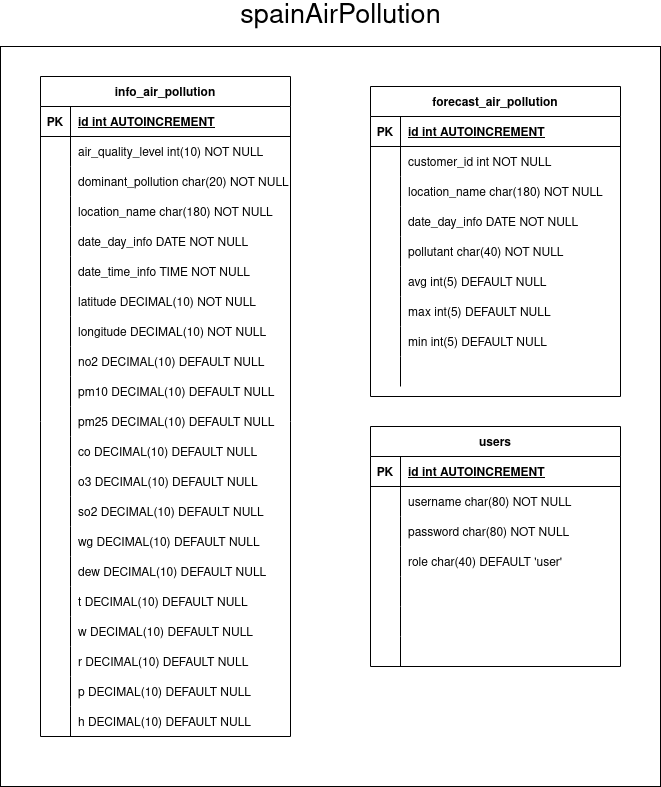
The draw.io diagram doc/Ivan/entity-relation-ship.png in RogerPugaRuiz/DAWBIO-M12-PROJECT, before a commit. Source tidied: cells renumbered, new cells last; positions are measured from the earlier drawing's top-left corner, leaving out a move shared by most shapes.
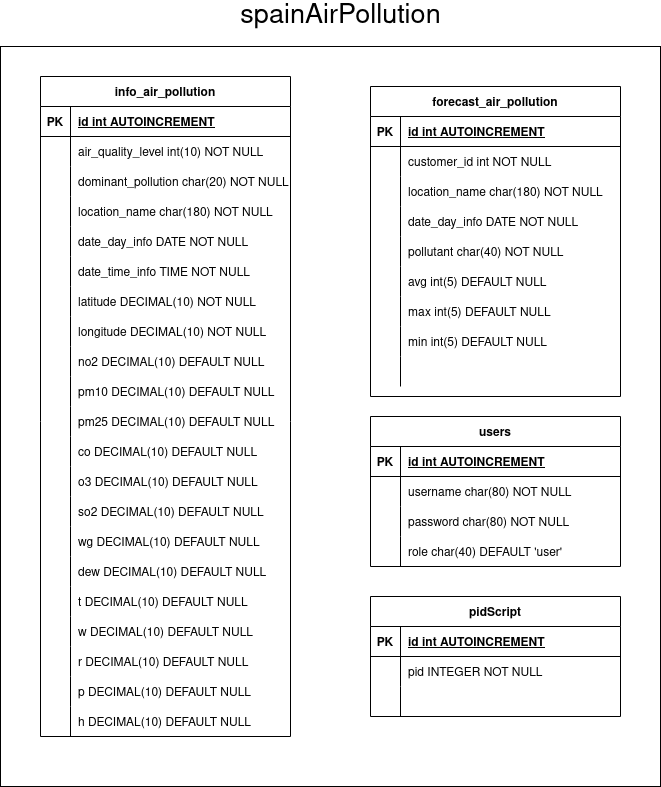
After the change.

What changed in the source:
```diff
@@ -285,7 +285,7 @@
       <mxGeometry x="230" width="220" height="20" as="geometry" />
     </mxCell>
     <mxCell id="96" value="users" style="shape=table;startSize=30;rowLines=0;fontStyle=1;align=center;" parent="1" vertex="1">
-      <mxGeometry x="370" y="420" width="250" height="240" as="geometry" />
+      <mxGeometry x="370" y="410" width="250" height="150" as="geometry" />
     </mxCell>
     <mxCell id="97" style="shape=partialRectangle;fillColor=none;top=0;left=0;right=0;bottom=1;" parent="96" vertex="1">
       <mxGeometry y="30" width="250" height="30" as="geometry" />
@@ -323,32 +323,35 @@
     <mxCell id="108" value="role char(40) DEFAULT 'user'" style="shape=partialRectangle;overflow=hidden;fillColor=none;top=0;left=0;bottom=0;right=0;align=left;spacingLeft=6;" parent="106" vertex="1">
       <mxGeometry x="30" width="220" height="30" as="geometry" />
     </mxCell>
-    <mxCell id="109" style="shape=partialRectangle;fillColor=none;top=0;left=0;right=0;bottom=0;" parent="96" vertex="1">
-      <mxGeometry y="150" width="250" height="30" as="geometry" />
-    </mxCell>
-    <mxCell id="110" style="shape=partialRectangle;overflow=hidden;fillColor=none;top=0;left=0;bottom=0;right=0;" parent="109" vertex="1">
-      <mxGeometry width="30" height="30" as="geometry" />
-    </mxCell>
-    <mxCell id="111" style="shape=partialRectangle;overflow=hidden;fillColor=none;top=0;left=0;bottom=0;right=0;align=left;spacingLeft=6;" parent="109" vertex="1">
-      <mxGeometry x="30" width="220" height="30" as="geometry" />
-    </mxCell>
-    <mxCell id="112" style="shape=partialRectangle;fillColor=none;top=0;left=0;right=0;bottom=0;" parent="96" vertex="1">
-      <mxGeometry y="180" width="250" height="30" as="geometry" />
-    </mxCell>
-    <mxCell id="113" style="shape=partialRectangle;overflow=hidden;fillColor=none;top=0;left=0;bottom=0;right=0;" parent="112" vertex="1">
-      <mxGeometry width="30" height="30" as="geometry" />
-    </mxCell>
-    <mxCell id="114" style="shape=partialRectangle;overflow=hidden;fillColor=none;top=0;left=0;bottom=0;right=0;align=left;spacingLeft=6;" parent="112" vertex="1">
-      <mxGeometry x="30" width="220" height="30" as="geometry" />
-    </mxCell>
-    <mxCell id="115" style="shape=partialRectangle;fillColor=none;top=0;left=0;right=0;bottom=0;" parent="96" vertex="1">
-      <mxGeometry y="210" width="250" height="30" as="geometry" />
-    </mxCell>
-    <mxCell id="116" style="shape=partialRectangle;overflow=hidden;fillColor=none;top=0;left=0;bottom=0;right=0;" parent="115" vertex="1">
-      <mxGeometry width="30" height="30" as="geometry" />
-    </mxCell>
-    <mxCell id="117" style="shape=partialRectangle;overflow=hidden;fillColor=none;top=0;left=0;bottom=0;right=0;align=left;spacingLeft=6;" parent="115" vertex="1">
-      <mxGeometry x="30" width="220" height="30" as="geometry" />
-    </mxCell>
+    <mxCell id="118" value="pidScript" style="shape=table;startSize=30;rowLines=0;fontStyle=1;align=center;" parent="1" vertex="1">
+      <mxGeometry x="370" y="590" width="250" height="120" as="geometry" />
+    </mxCell>
+    <mxCell id="119" style="shape=partialRectangle;fillColor=none;top=0;left=0;right=0;bottom=1;" parent="118" vertex="1">
+      <mxGeometry y="30" width="250" height="30" as="geometry" />
+    </mxCell>
+    <mxCell id="120" value="PK" style="shape=partialRectangle;overflow=hidden;fillColor=none;top=0;left=0;bottom=0;right=0;fontStyle=1;" parent="119" vertex="1">
+      <mxGeometry width="30" height="30" as="geometry" />
+    </mxCell>
+    <mxCell id="121" value="id int AUTOINCREMENT" style="shape=partialRectangle;overflow=hidden;fillColor=none;top=0;left=0;bottom=0;right=0;align=left;spacingLeft=6;fontStyle=5;" parent="119" vertex="1">
+      <mxGeometry x="30" width="220" height="30" as="geometry" />
+    </mxCell>
+    <mxCell id="122" style="shape=partialRectangle;fillColor=none;top=0;left=0;right=0;bottom=0;" parent="118" vertex="1">
+      <mxGeometry y="60" width="250" height="30" as="geometry" />
+    </mxCell>
+    <mxCell id="123" style="shape=partialRectangle;overflow=hidden;fillColor=none;top=0;left=0;bottom=0;right=0;" parent="122" vertex="1">
+      <mxGeometry width="30" height="30" as="geometry" />
+    </mxCell>
+    <mxCell id="124" value="pid INTEGER NOT NULL" style="shape=partialRectangle;overflow=hidden;fillColor=none;top=0;left=0;bottom=0;right=0;align=left;spacingLeft=6;" parent="122" vertex="1">
+      <mxGeometry x="30" width="220" height="30" as="geometry" />
+    </mxCell>
+    <mxCell id="125" style="shape=partialRectangle;fillColor=none;top=0;left=0;right=0;bottom=0;" parent="118" vertex="1">
+      <mxGeometry y="90" width="250" height="30" as="geometry" />
+    </mxCell>
+    <mxCell id="126" style="shape=partialRectangle;overflow=hidden;fillColor=none;top=0;left=0;bottom=0;right=0;" parent="125" vertex="1">
+      <mxGeometry width="30" height="30" as="geometry" />
+    </mxCell>
+    <mxCell id="127" style="shape=partialRectangle;overflow=hidden;fillColor=none;top=0;left=0;bottom=0;right=0;align=left;spacingLeft=6;" parent="125" vertex="1">
+      <mxGeometry x="30" width="220" height="30" as="geometry" />
+    </mxCell>
   </root>
 </mxGraphModel>
```
